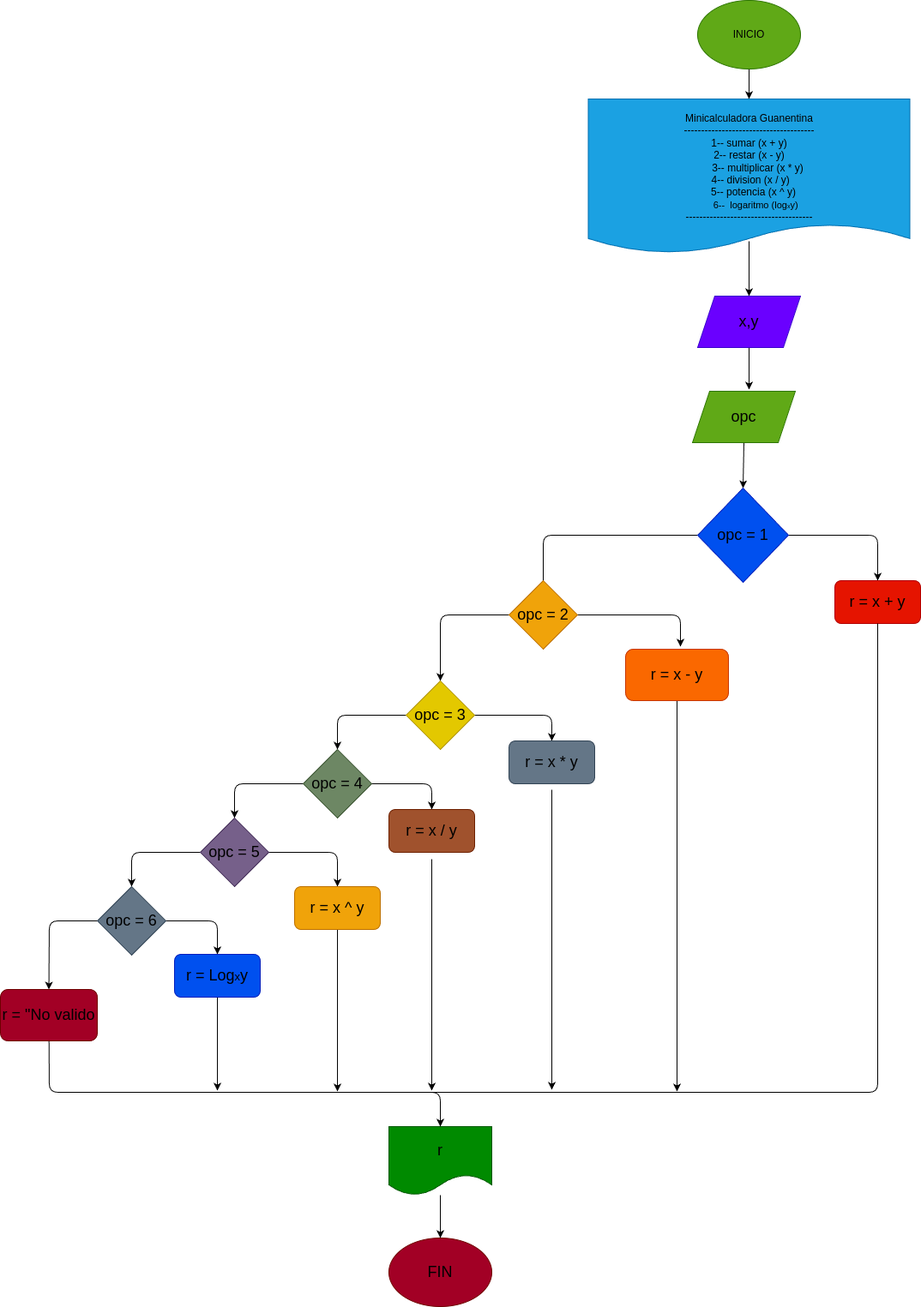
Earlier version of the draw.io export Diagrama.png (Nicolas942/minicalculadora_guanentina). Source tidied: cells renumbered, new cells last; positions are measured from the earlier drawing's top-left corner, leaving out a move shared by most shapes.
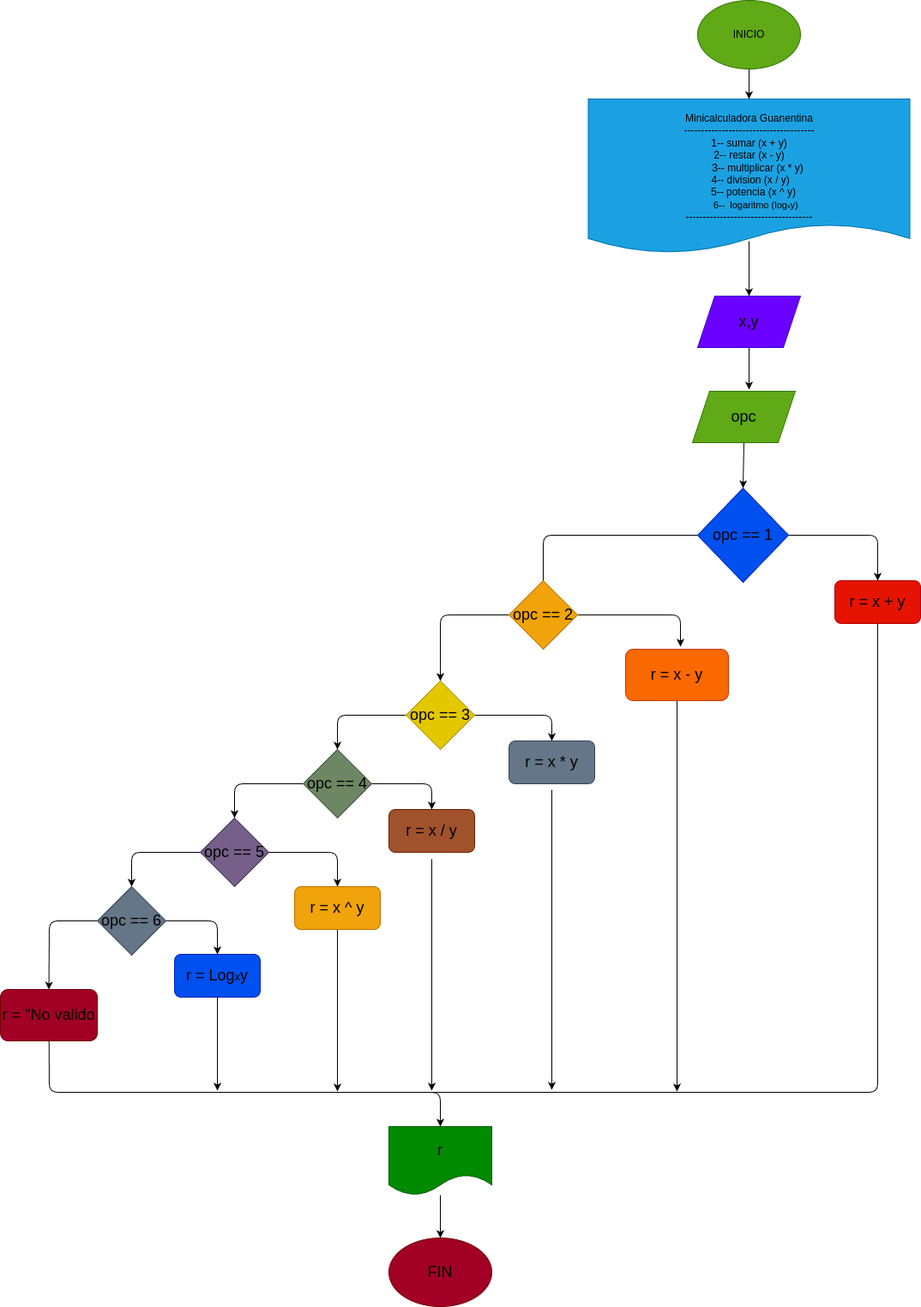
The same file after the commit.

What changed in the source:
```diff
@@ -43,7 +43,7 @@
         </Array>
       </mxGeometry>
     </mxCell>
-    <mxCell id="12" value="&lt;font color=&quot;#000000&quot;&gt;opc = 1&lt;/font&gt;" style="rhombus;whiteSpace=wrap;html=1;fontSize=18;fillColor=#0050ef;fontColor=#ffffff;strokeColor=#001DBC;" parent="1" vertex="1">
+    <mxCell id="12" value="&lt;font color=&quot;#000000&quot;&gt;opc == 1&lt;/font&gt;" style="rhombus;whiteSpace=wrap;html=1;fontSize=18;fillColor=#0050ef;fontColor=#ffffff;strokeColor=#001DBC;" parent="1" vertex="1">
       <mxGeometry x="813" y="569" width="106" height="110" as="geometry" />
     </mxCell>
     <mxCell id="13" value="&lt;font color=&quot;#000000&quot;&gt;r = x + y&lt;/font&gt;" style="rounded=1;whiteSpace=wrap;html=1;fontSize=18;fillColor=#e51400;fontColor=#ffffff;strokeColor=#B20000;" parent="1" vertex="1">
@@ -64,7 +64,7 @@
         </Array>
       </mxGeometry>
     </mxCell>
-    <mxCell id="16" value="&lt;font color=&quot;#000000&quot;&gt;opc = 2&lt;/font&gt;" style="rhombus;whiteSpace=wrap;html=1;fontSize=18;fillColor=#f0a30a;fontColor=#000000;strokeColor=#BD7000;" parent="1" vertex="1">
+    <mxCell id="16" value="&lt;font color=&quot;#000000&quot;&gt;opc == 2&lt;/font&gt;" style="rhombus;whiteSpace=wrap;html=1;fontSize=18;fillColor=#f0a30a;fontColor=#000000;strokeColor=#BD7000;" parent="1" vertex="1">
       <mxGeometry x="593" y="677" width="80" height="80" as="geometry" />
     </mxCell>
     <mxCell id="17" style="edgeStyle=none;html=1;fontSize=18;fontColor=#000000;" parent="1" edge="1">
@@ -90,7 +90,7 @@
         </Array>
       </mxGeometry>
     </mxCell>
-    <mxCell id="21" value="&lt;font color=&quot;#000000&quot;&gt;opc = 3&lt;/font&gt;" style="rhombus;whiteSpace=wrap;html=1;fontSize=18;fillColor=#e3c800;fontColor=#000000;strokeColor=#B09500;" parent="1" vertex="1">
+    <mxCell id="21" value="&lt;font color=&quot;#000000&quot;&gt;opc == 3&lt;/font&gt;" style="rhombus;whiteSpace=wrap;html=1;fontSize=18;fillColor=#e3c800;fontColor=#000000;strokeColor=#B09500;" parent="1" vertex="1">
       <mxGeometry x="473" y="794" width="80" height="80" as="geometry" />
     </mxCell>
     <mxCell id="22" style="edgeStyle=none;html=1;exitX=0.5;exitY=1;exitDx=0;exitDy=0;fontSize=18;fontColor=#000000;" parent="1" edge="1">
@@ -116,7 +116,7 @@
         </Array>
       </mxGeometry>
     </mxCell>
-    <mxCell id="26" value="&lt;font color=&quot;#000000&quot;&gt;opc = 4&lt;/font&gt;" style="rhombus;whiteSpace=wrap;html=1;fontSize=18;fillColor=#6d8764;fontColor=#ffffff;strokeColor=#3A5431;" parent="1" vertex="1">
+    <mxCell id="26" value="&lt;font color=&quot;#000000&quot;&gt;opc == 4&lt;/font&gt;" style="rhombus;whiteSpace=wrap;html=1;fontSize=18;fillColor=#6d8764;fontColor=#ffffff;strokeColor=#3A5431;" parent="1" vertex="1">
       <mxGeometry x="353" y="874" width="80" height="80" as="geometry" />
     </mxCell>
     <mxCell id="27" style="edgeStyle=none;html=1;fontSize=18;fontColor=#000000;" parent="1" edge="1">
@@ -142,7 +142,7 @@
         </Array>
       </mxGeometry>
     </mxCell>
-    <mxCell id="31" value="&lt;font color=&quot;#000000&quot;&gt;opc = 5&lt;/font&gt;" style="rhombus;whiteSpace=wrap;html=1;fontSize=18;fillColor=#76608a;fontColor=#ffffff;strokeColor=#432D57;" parent="1" vertex="1">
+    <mxCell id="31" value="&lt;font color=&quot;#000000&quot;&gt;opc == 5&lt;/font&gt;" style="rhombus;whiteSpace=wrap;html=1;fontSize=18;fillColor=#76608a;fontColor=#ffffff;strokeColor=#432D57;" parent="1" vertex="1">
       <mxGeometry x="233" y="954" width="80" height="80" as="geometry" />
     </mxCell>
     <mxCell id="32" style="edgeStyle=none;html=1;fontSize=18;fontColor=#000000;" parent="1" edge="1">
@@ -168,7 +168,7 @@
         </Array>
       </mxGeometry>
     </mxCell>
-    <mxCell id="36" value="&lt;font color=&quot;#000000&quot;&gt;opc = 6&lt;/font&gt;" style="rhombus;whiteSpace=wrap;html=1;fontSize=18;fillColor=#647687;fontColor=#ffffff;strokeColor=#314354;" parent="1" vertex="1">
+    <mxCell id="36" value="&lt;font color=&quot;#000000&quot;&gt;opc == 6&lt;/font&gt;" style="rhombus;whiteSpace=wrap;html=1;fontSize=18;fillColor=#647687;fontColor=#ffffff;strokeColor=#314354;" parent="1" vertex="1">
       <mxGeometry x="113" y="1034" width="80" height="80" as="geometry" />
     </mxCell>
     <mxCell id="37" style="edgeStyle=none;html=1;fontSize=18;fontColor=#000000;" parent="1" edge="1">
```
